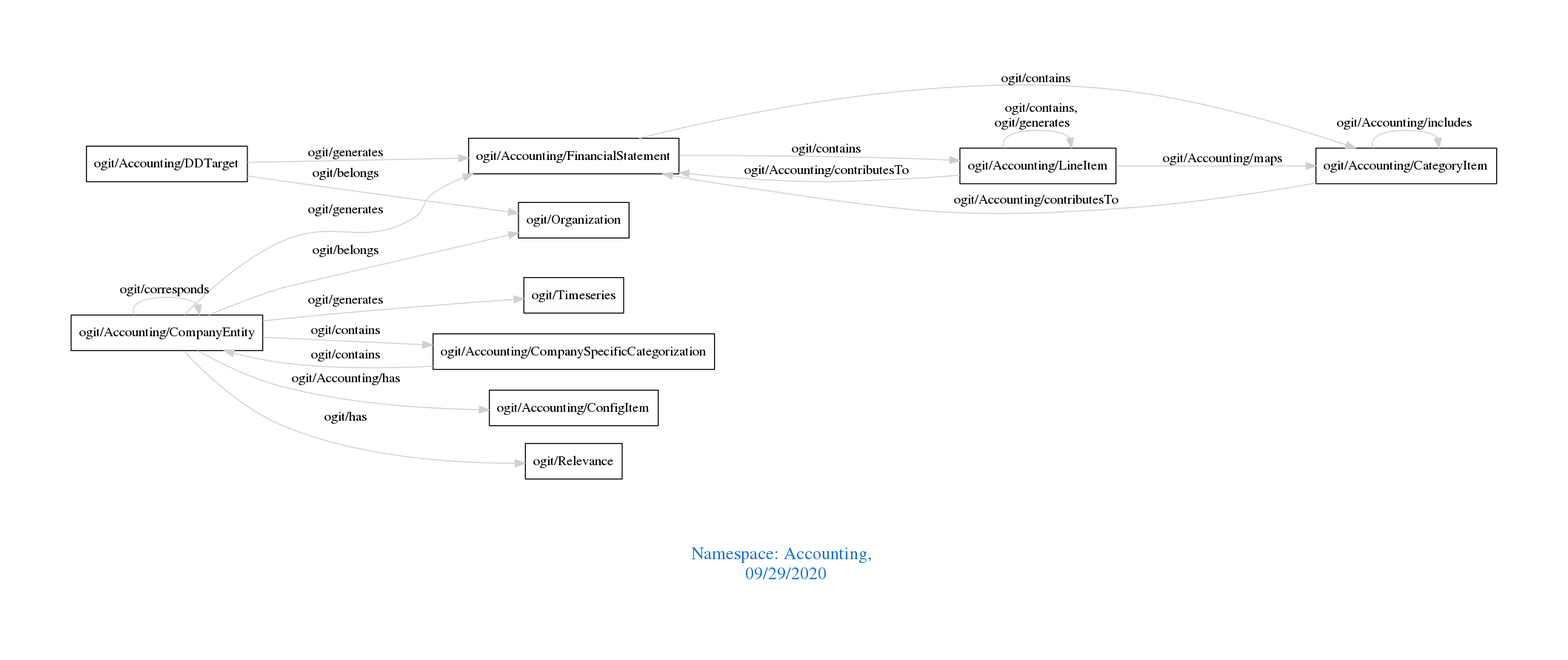
Earlier version of the Graphviz export downloads/Accounting.png (arago/OGIT). Its source is kept beside it as downloads/Accounting.dot.
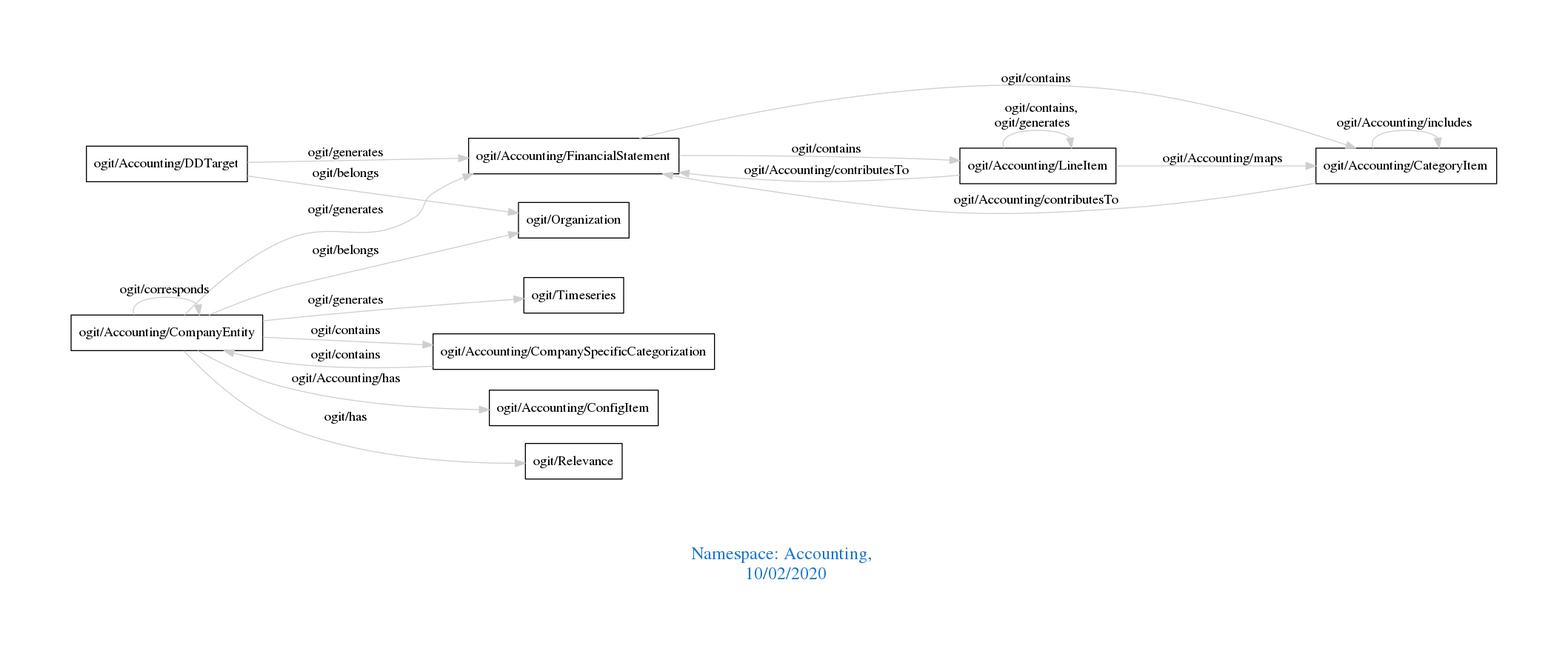
After the commit.

Diff of the diagram source:
```diff
@@ -1,7 +1,7 @@
 digraph OGIT_ontology {
  graph [ rankdir= LR,pad=1
 fontsize = 18,
-fontcolor= dodgerblue3,label = "\n\n\nNamespace: Accounting, \n 09/29/2020"];
+fontcolor= dodgerblue3,label = "\n\n\nNamespace: Accounting, \n 10/02/2020"];
 node[shape=polygon];
 edge [  color="gray81"];
 
```
